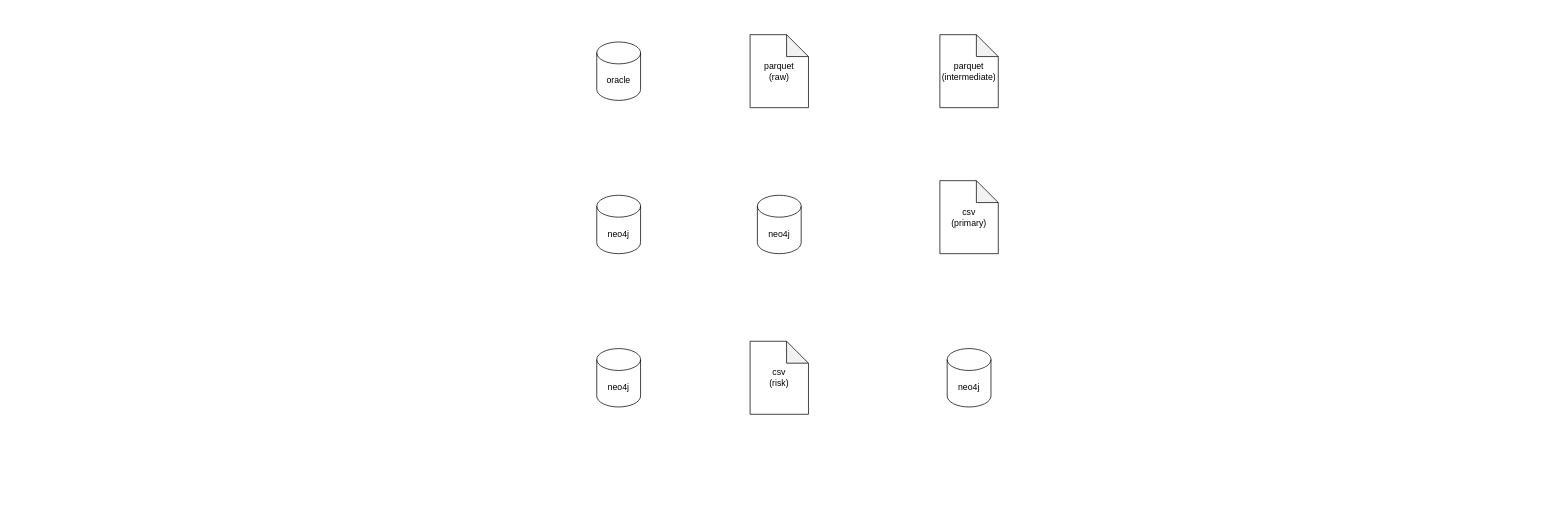
XiaoLiuAI/diagrams keeps this draw.io diagram as 太平/etl plan.drawio. Above is the earlier version. Source tidied: cells renumbered, new cells numbered last; positions are measured from the earlier drawing's top-left corner, leaving out a move shared by most shapes. Both pictures are drawn from the tidied source at 73%, with x=0, y=0 at pixel (596, 34).
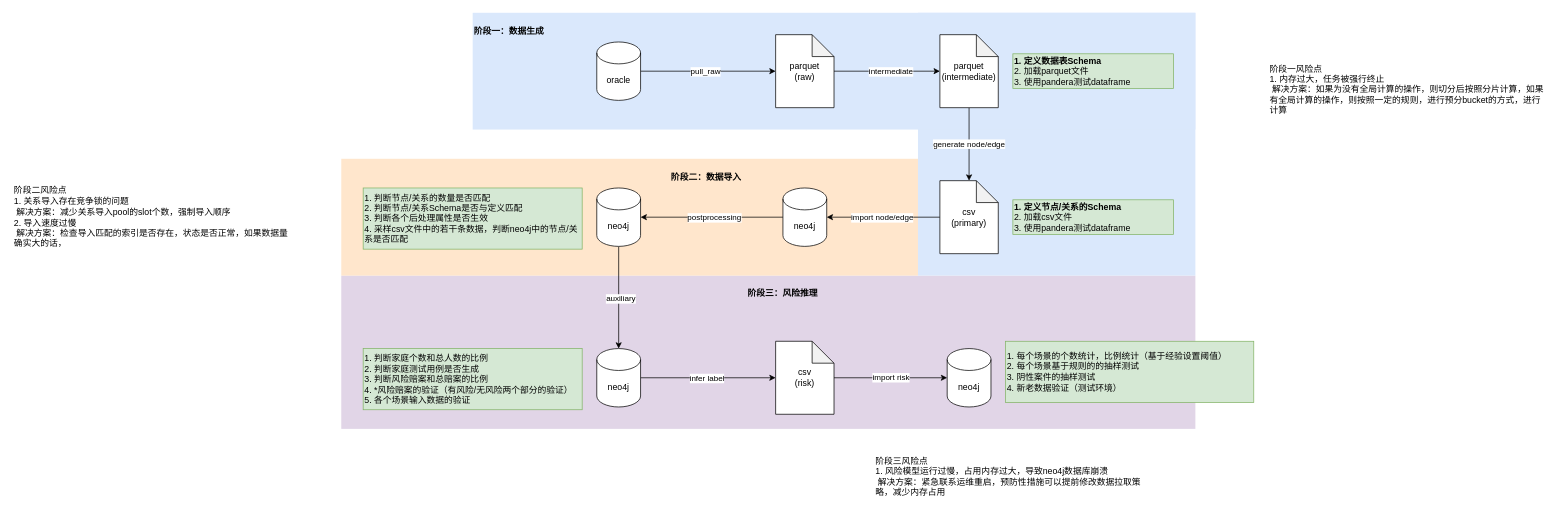
After the change.

Unchanged cells that the change refers to:
```xml
<mxCell id="2" value="oracle" style="shape=cylinder3;whiteSpace=wrap;html=1;boundedLbl=1;backgroundOutline=1;size=15;" parent="1" vertex="1">
  <mxGeometry y="10" width="60" height="80" as="geometry" />
</mxCell>
<mxCell id="4" value="parquet&lt;br&gt;(intermediate)" style="shape=note;whiteSpace=wrap;html=1;backgroundOutline=1;darkOpacity=0.05;" parent="1" vertex="1">
  <mxGeometry x="470" width="80" height="100" as="geometry" />
</mxCell>
<mxCell id="5" value="csv&lt;br&gt;(primary)" style="shape=note;whiteSpace=wrap;html=1;backgroundOutline=1;darkOpacity=0.05;" parent="1" vertex="1">
  <mxGeometry x="470" y="200" width="80" height="100" as="geometry" />
</mxCell>
<mxCell id="8" value="neo4j" style="shape=cylinder3;whiteSpace=wrap;html=1;boundedLbl=1;backgroundOutline=1;size=15;" parent="1" vertex="1">
  <mxGeometry y="430" width="60" height="80" as="geometry" />
</mxCell>
<mxCell id="10" value="neo4j" style="shape=cylinder3;whiteSpace=wrap;html=1;boundedLbl=1;backgroundOutline=1;size=15;" parent="1" vertex="1">
  <mxGeometry x="480" y="430" width="60" height="80" as="geometry" />
</mxCell>
```

Diff of the diagram source:
```diff
@@
+    <mxCell id="11" style="rounded=0;whiteSpace=wrap;html=1;fillColor=#e1d5e7;strokeColor=none;" parent="1" vertex="1">
+      <mxGeometry x="-350" y="330" width="1170" height="210" as="geometry" />
+    </mxCell>
+    <mxCell id="12" style="rounded=0;whiteSpace=wrap;html=1;fillColor=#ffe6cc;strokeColor=none;" parent="1" vertex="1">
+      <mxGeometry x="-350" y="170" width="790" height="160" as="geometry" />
+    </mxCell>
+    <mxCell id="13" style="rounded=0;whiteSpace=wrap;html=1;fillColor=#dae8fc;strokeColor=none;" parent="1" vertex="1">
+      <mxGeometry x="440" y="-30" width="380" height="360" as="geometry" />
+    </mxCell>
+    <mxCell id="14" style="rounded=0;whiteSpace=wrap;html=1;fillColor=#dae8fc;strokeColor=none;" parent="1" vertex="1">
+      <mxGeometry x="-170" y="-30" width="990" height="160" as="geometry" />
+    </mxCell>
+    <mxCell id="15" style="edgeStyle=orthogonalEdgeStyle;rounded=0;jettySize=auto;html=1;entryX=0;entryY=0.5;entryDx=0;entryDy=0;entryPerimeter=0;" parent="1" edge="1" source="2" target="3">
+      <mxGeometry relative="1" as="geometry" />
+    </mxCell>
+    <mxCell id="16" value="pull_raw" style="edgeLabel;html=1;align=center;verticalAlign=middle;" parent="15" vertex="1">
+      <mxGeometry x="-0.05" y="-1" relative="1" as="geometry">
+        <mxPoint y="-1" as="offset" />
+      </mxGeometry>
+    </mxCell>
@@
+    <mxCell id="17" style="edgeStyle=orthogonalEdgeStyle;rounded=0;jettySize=auto;html=1;" parent="1" edge="1" source="3" target="4">
+      <mxGeometry relative="1" as="geometry" />
+    </mxCell>
+    <mxCell id="18" value="intermediate" style="edgeLabel;html=1;align=center;verticalAlign=middle;" parent="17" vertex="1">
+      <mxGeometry x="0.06" y="-3" relative="1" as="geometry">
+        <mxPoint y="-3" as="offset" />
+      </mxGeometry>
+    </mxCell>
     <mxCell id="3" value="parquet&lt;br&gt;(raw)" style="shape=note;whiteSpace=wrap;html=1;backgroundOutline=1;darkOpacity=0.05;" parent="1" vertex="1">
-      <mxGeometry x="210" width="80" height="100" as="geometry" />
+      <mxGeometry x="245" width="80" height="100" as="geometry" />
     </mxCell>
+    <mxCell id="19" style="edgeStyle=orthogonalEdgeStyle;rounded=0;jettySize=auto;html=1;entryX=0.5;entryY=0;entryDx=0;entryDy=0;entryPerimeter=0;" parent="1" edge="1" source="4" target="5">
+      <mxGeometry relative="1" as="geometry" />
+    </mxCell>
+    <mxCell id="20" value="generate node/edge" style="edgeLabel;html=1;align=center;verticalAlign=middle;" parent="19" vertex="1">
+      <mxGeometry x="-0.02" y="-1" relative="1" as="geometry" />
+    </mxCell>
@@
+    <mxCell id="21" style="edgeStyle=orthogonalEdgeStyle;rounded=0;jettySize=auto;html=1;entryX=1;entryY=0.5;entryDx=0;entryDy=0;entryPerimeter=0;" parent="1" edge="1" source="5" target="6">
+      <mxGeometry relative="1" as="geometry" />
+    </mxCell>
+    <mxCell id="22" value="import node/edge" style="edgeLabel;html=1;align=center;verticalAlign=middle;" parent="21" vertex="1">
+      <mxGeometry x="0.3" relative="1" as="geometry">
+        <mxPoint x="21" as="offset" />
+      </mxGeometry>
+    </mxCell>
@@
+    <mxCell id="23" style="edgeStyle=orthogonalEdgeStyle;rounded=0;jettySize=auto;html=1;" parent="1" edge="1" source="6" target="7">
+      <mxGeometry relative="1" as="geometry" />
+    </mxCell>
+    <mxCell id="24" value="postprocessing" style="edgeLabel;html=1;align=center;verticalAlign=middle;" parent="23" vertex="1">
+      <mxGeometry x="0.26" y="3" relative="1" as="geometry">
+        <mxPoint x="28" y="-3" as="offset" />
+      </mxGeometry>
+    </mxCell>
     <mxCell id="6" value="neo4j" style="shape=cylinder3;whiteSpace=wrap;html=1;boundedLbl=1;backgroundOutline=1;size=15;" parent="1" vertex="1">
-      <mxGeometry x="220" y="220" width="60" height="80" as="geometry" />
+      <mxGeometry x="255" y="210" width="60" height="80" as="geometry" />
     </mxCell>
+    <mxCell id="25" style="edgeStyle=orthogonalEdgeStyle;rounded=0;jettySize=auto;html=1;entryX=0.5;entryY=0;entryDx=0;entryDy=0;entryPerimeter=0;" parent="1" edge="1" source="7" target="8">
+      <mxGeometry relative="1" as="geometry" />
+    </mxCell>
+    <mxCell id="26" value="auxiliary" style="edgeLabel;html=1;align=center;verticalAlign=middle;" parent="25" vertex="1">
+      <mxGeometry x="0.01" y="2" relative="1" as="geometry" />
+    </mxCell>
     <mxCell id="7" value="neo4j" style="shape=cylinder3;whiteSpace=wrap;html=1;boundedLbl=1;backgroundOutline=1;size=15;" parent="1" vertex="1">
-      <mxGeometry y="220" width="60" height="80" as="geometry" />
+      <mxGeometry y="210" width="60" height="80" as="geometry" />
     </mxCell>
+    <mxCell id="27" style="edgeStyle=orthogonalEdgeStyle;rounded=0;jettySize=auto;html=1;entryX=0;entryY=0.5;entryDx=0;entryDy=0;entryPerimeter=0;" parent="1" edge="1" source="8" target="9">
+      <mxGeometry relative="1" as="geometry" />
+    </mxCell>
+    <mxCell id="28" value="infer label" style="edgeLabel;html=1;align=center;verticalAlign=middle;" parent="27" vertex="1">
+      <mxGeometry x="-0.24" y="2" relative="1" as="geometry">
+        <mxPoint x="20" y="2" as="offset" />
+      </mxGeometry>
+    </mxCell>
@@
+    <mxCell id="29" value="import risk" style="edgeStyle=orthogonalEdgeStyle;rounded=0;jettySize=auto;html=1;entryX=0;entryY=0.5;entryDx=0;entryDy=0;entryPerimeter=0;" parent="1" edge="1" source="9" target="10">
+      <mxGeometry relative="1" as="geometry">
+        <Array as="points">
+          <mxPoint x="400" y="470" />
+          <mxPoint x="400" y="470" />
+        </Array>
+      </mxGeometry>
+    </mxCell>
     <mxCell id="9" value="csv&lt;br&gt;(risk)" style="shape=note;whiteSpace=wrap;html=1;backgroundOutline=1;darkOpacity=0.05;" parent="1" vertex="1">
-      <mxGeometry x="210" y="420" width="80" height="100" as="geometry" />
+      <mxGeometry x="245" y="420" width="80" height="100" as="geometry" />
     </mxCell>
@@
+    <mxCell id="30" value="&lt;b&gt;1. 定义数据表Schema&lt;/b&gt;&lt;br&gt;2. 加载parquet文件&lt;br&gt;3. 使用pandera测试dataframe" style="text;html=1;strokeColor=#82b366;fillColor=#d5e8d4;align=left;verticalAlign=middle;whiteSpace=wrap;rounded=0;" parent="1" vertex="1">
+      <mxGeometry x="570" y="26.2" width="220" height="47.5" as="geometry" />
+    </mxCell>
+    <mxCell id="31" value="&lt;b&gt;1. 定义节点/关系的Schema&lt;/b&gt;&lt;br&gt;2. 加载csv文件&lt;br&gt;3. 使用pandera测试dataframe" style="text;html=1;strokeColor=#82b366;fillColor=#d5e8d4;align=left;verticalAlign=middle;whiteSpace=wrap;rounded=0;" parent="1" vertex="1">
+      <mxGeometry x="570" y="226.2" width="220" height="47.5" as="geometry" />
+    </mxCell>
+    <mxCell id="32" value="1. 判断节点/关系的数量是否匹配&lt;br&gt;2. 判断节点/关系Schema是否与定义匹配&lt;br&gt;3. 判断各个后处理属性是否生效&lt;br&gt;4. 采样csv文件中的若干条数据，判断neo4j中的节点/关系是否匹配" style="text;html=1;strokeColor=#82b366;fillColor=#d5e8d4;align=left;verticalAlign=middle;whiteSpace=wrap;rounded=0;" parent="1" vertex="1">
+      <mxGeometry x="-320" y="210" width="300" height="83.8" as="geometry" />
+    </mxCell>
+    <mxCell id="33" value="1. 判断家庭个数和总人数的比例&lt;br&gt;2. 判断家庭测试用例是否生成&lt;br&gt;3. 判断风险赔案和总赔案的比例&lt;br&gt;4. *风险赔案的验证（有风险/无风险两个部分的验证）&lt;br&gt;5. 各个场景输入数据的验证" style="text;html=1;strokeColor=#82b366;fillColor=#d5e8d4;align=left;verticalAlign=middle;whiteSpace=wrap;rounded=0;" parent="1" vertex="1">
+      <mxGeometry x="-320" y="430" width="300" height="83.8" as="geometry" />
+    </mxCell>
+    <mxCell id="34" value="1. 每个场景的个数统计，比例统计（基于经验设置阈值）&lt;br&gt;2. 每个场景基于规则的的抽样测试&lt;br&gt;3. 阴性案件的抽样测试&lt;br&gt;4. 新老数据验证（测试环境）" style="text;html=1;strokeColor=#82b366;fillColor=#d5e8d4;align=left;verticalAlign=middle;whiteSpace=wrap;rounded=0;" parent="1" vertex="1">
+      <mxGeometry x="560" y="420" width="340" height="83.8" as="geometry" />
+    </mxCell>
+    <mxCell id="35" value="阶段一：数据生成" style="text;html=1;strokeColor=none;fillColor=none;align=left;verticalAlign=middle;whiteSpace=wrap;rounded=0;fontStyle=1;" parent="1" vertex="1">
+      <mxGeometry x="-170" y="-30" width="110" height="50" as="geometry" />
+    </mxCell>
+    <mxCell id="36" value="阶段二：数据导入" style="text;html=1;strokeColor=none;fillColor=none;align=left;verticalAlign=middle;whiteSpace=wrap;rounded=0;fontStyle=1;" parent="1" vertex="1">
+      <mxGeometry x="100" y="170" width="110" height="50" as="geometry" />
+    </mxCell>
+    <mxCell id="37" value="阶段三：风险推理" style="text;html=1;strokeColor=none;fillColor=none;align=left;verticalAlign=middle;whiteSpace=wrap;rounded=0;fontStyle=1;" parent="1" vertex="1">
+      <mxGeometry x="205" y="330" width="110" height="50" as="geometry" />
+    </mxCell>
+    <mxCell id="38" value="阶段一风险点&lt;br&gt;1. 内存过大，任务被强行终止&lt;br&gt;&lt;span style=&quot;white-space: pre;&quot;&gt; &lt;/span&gt;解决方案：如果为没有全局计算的操作，则切分后按照分片计算，如果有全局计算的操作，则按照一定的规则，进行预分bucket的方式，进行计算" style="text;html=1;strokeColor=none;fillColor=none;align=left;verticalAlign=middle;whiteSpace=wrap;rounded=0;" parent="1" vertex="1">
+      <mxGeometry x="920" y="20" width="380" height="110" as="geometry" />
+    </mxCell>
+    <mxCell id="39" value="阶段二风险点&lt;br&gt;1. 关系导入存在竞争锁的问题&lt;br&gt;&lt;span style=&quot;white-space: pre;&quot;&gt; &lt;/span&gt;解决方案：减少关系导入pool的slot个数，强制导入顺序&lt;br&gt;2. 导入速度过慢&lt;br&gt;&lt;span style=&quot;white-space: pre;&quot;&gt; &lt;/span&gt;解决方案：检查导入匹配的索引是否存在，状态是否正常，如果数据量确实大的话，" style="text;html=1;strokeColor=none;fillColor=none;align=left;verticalAlign=middle;whiteSpace=wrap;rounded=0;" parent="1" vertex="1">
+      <mxGeometry x="-800" y="195" width="380" height="110" as="geometry" />
+    </mxCell>
+    <mxCell id="40" value="阶段三风险点&lt;br&gt;1. 风险模型运行过慢，占用内存过大，导致neo4j数据库崩溃&lt;br&gt;&lt;span style=&quot;white-space: pre;&quot;&gt; &lt;/span&gt;解决方案：紧急联系运维重启，预防性措施可以提前修改数据拉取策略，减少内存占用" style="text;html=1;strokeColor=none;fillColor=none;align=left;verticalAlign=middle;whiteSpace=wrap;rounded=0;" parent="1" vertex="1">
+      <mxGeometry x="380" y="550" width="380" height="110" as="geometry" />
+    </mxCell>
```
